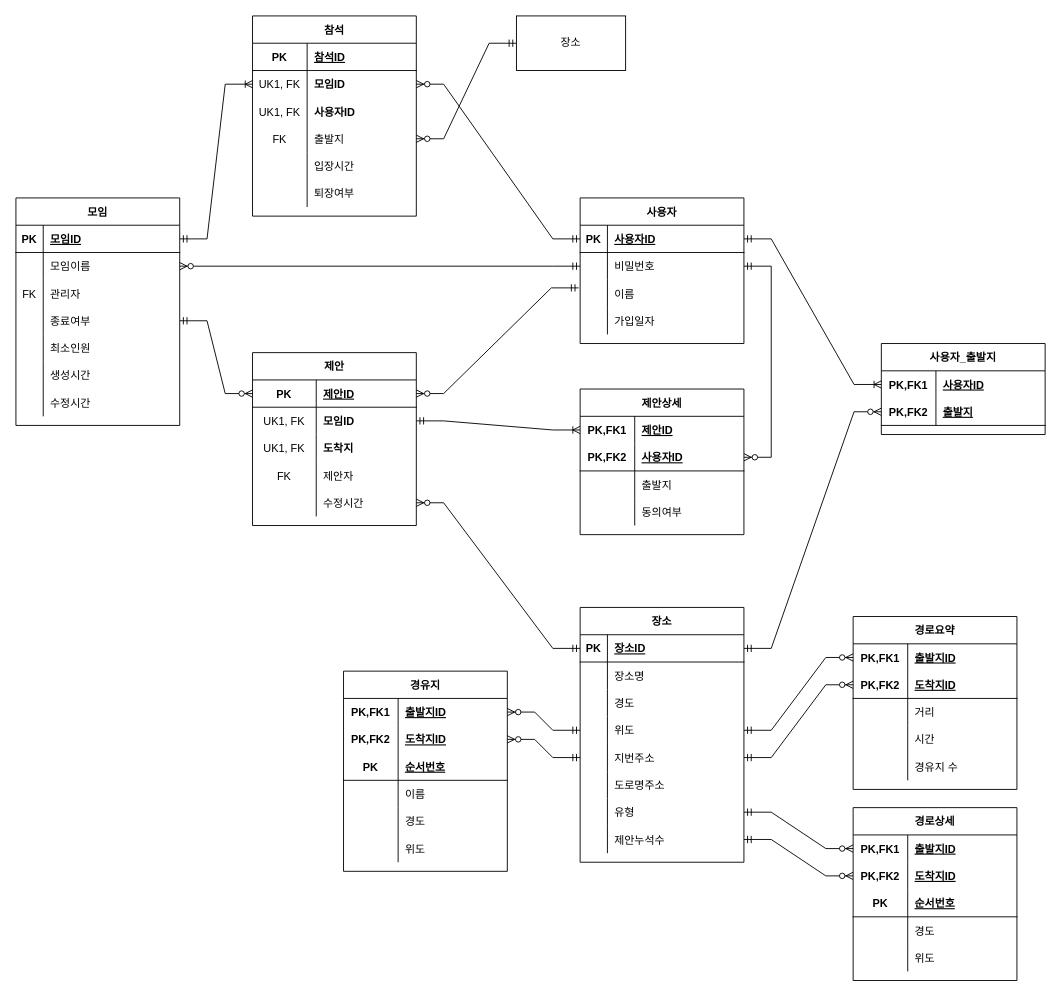
Earlier version of the draw.io diagram documents/ER-DIAGRAM.drawio (jsjg73/LMUN_Ver2.1). Source tidied: cells renumbered, new cells numbered last; positions are measured from the earlier drawing's top-left corner, leaving out a move shared by most shapes. Both pictures are drawn from the tidied source at 91%, with x=0, y=0 at pixel (15, 15).
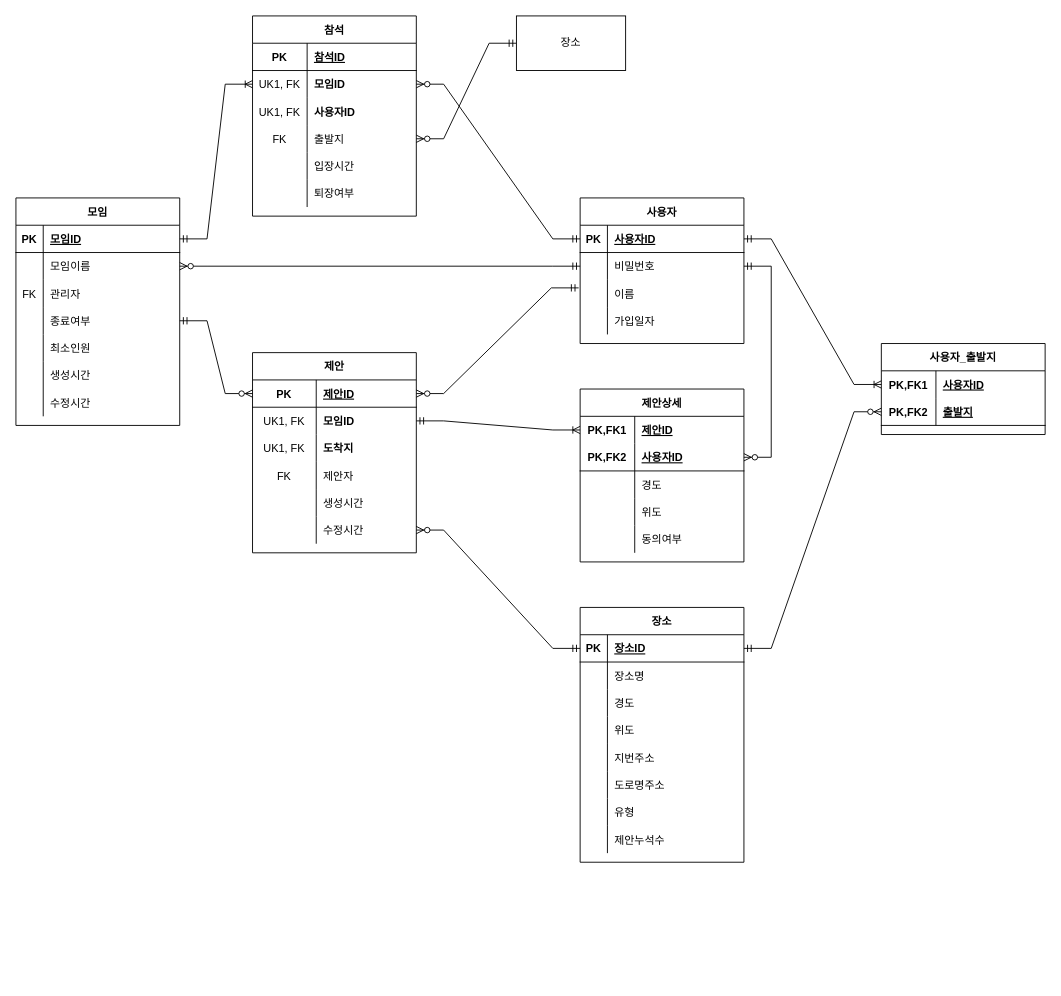
Above is the later version.

Commit message (it also covers changes not shown here):
수정: 제안 조회 db 간소화

kakao navi api에서 다중 길찾기 기능을 간편하게 사용할 수 있게 되면서
경로 배열을 서버에 저장할 필요가 줄었다.

The change refers to these unchanged cells:
```xml
<mxCell id="77" style="shape=partialRectangle;fillColor=none;top=0;left=0;bottom=0;right=0;points=[[0,0.5],[1,0.5]];portConstraint=eastwest;" parent="67" vertex="1">
  <mxGeometry y="120" width="180" height="30" as="geometry" />
</mxCell>
<mxCell id="80" style="shape=partialRectangle;fillColor=none;top=0;left=0;bottom=0;right=0;points=[[0,0.5],[1,0.5]];portConstraint=eastwest;" parent="67" vertex="1">
  <mxGeometry y="150" width="180" height="30" as="geometry" />
</mxCell>
<mxCell id="86" style="shape=partialRectangle;fillColor=none;top=0;left=0;bottom=0;right=0;points=[[0,0.5],[1,0.5]];portConstraint=eastwest;" parent="67" vertex="1">
  <mxGeometry y="210" width="180" height="30" as="geometry" />
</mxCell>
<mxCell id="89" style="shape=partialRectangle;fillColor=none;top=0;left=0;bottom=0;right=0;points=[[0,0.5],[1,0.5]];portConstraint=eastwest;" parent="67" vertex="1">
  <mxGeometry y="240" width="180" height="30" as="geometry" />
</mxCell>
<mxCell id="176" style="shape=partialRectangle;fillColor=none;top=0;left=0;bottom=0;right=0;" parent="169" vertex="1">
  <mxGeometry y="90" width="180" height="30" as="geometry" />
</mxCell>
```

Change to the diagram source:
```diff
@@
-    <mxCell id="92" value="경로요약" style="shape=table;startSize=30;childLayout=tableLayout;rowLines=0;fontStyle=1;align=center;" parent="1" vertex="1">
-      <mxGeometry x="920" y="660" width="180" height="190" as="geometry" />
-    </mxCell>
-    <mxCell id="93" style="shape=partialRectangle;fillColor=none;top=0;left=0;bottom=0;right=0;points=[[0,0.5],[1,0.5]];portConstraint=eastwest;" parent="92" vertex="1">
-      <mxGeometry y="30" width="180" height="30" as="geometry" />
-    </mxCell>
-    <mxCell id="94" value="PK,FK1" style="shape=partialRectangle;fillColor=none;top=0;left=0;bottom=0;right=0;fontStyle=1;overflow=hidden;" parent="93" vertex="1">
-      <mxGeometry width="60" height="30" as="geometry" />
-    </mxCell>
-    <mxCell id="95" value="출발지ID" style="shape=partialRectangle;fillColor=none;top=0;left=0;bottom=0;right=0;align=left;spacingLeft=6;fontStyle=5;overflow=hidden;" parent="93" vertex="1">
-      <mxGeometry x="60" width="120" height="30" as="geometry" />
-    </mxCell>
-    <mxCell id="96" style="shape=partialRectangle;fillColor=none;top=0;left=0;bottom=1;right=0;points=[[0,0.5],[1,0.5]];portConstraint=eastwest;" parent="92" vertex="1">
-      <mxGeometry y="60" width="180" height="30" as="geometry" />
-    </mxCell>
-    <mxCell id="97" value="PK,FK2" style="shape=partialRectangle;fillColor=none;top=0;left=0;bottom=0;right=0;fontStyle=1;overflow=hidden;" parent="96" vertex="1">
-      <mxGeometry width="60" height="30" as="geometry" />
-    </mxCell>
-    <mxCell id="98" value="도착지ID" style="shape=partialRectangle;fillColor=none;top=0;left=0;bottom=0;right=0;align=left;spacingLeft=6;fontStyle=5;overflow=hidden;" parent="96" vertex="1">
-      <mxGeometry x="60" width="120" height="30" as="geometry" />
-    </mxCell>
-    <mxCell id="99" style="shape=partialRectangle;fillColor=none;top=0;left=0;bottom=0;right=0;" parent="92" vertex="1">
-      <mxGeometry y="90" width="180" height="30" as="geometry" />
-    </mxCell>
-    <mxCell id="100" style="shape=partialRectangle;fillColor=none;top=0;left=0;bottom=0;right=0;overflow=hidden;" parent="99" vertex="1">
-      <mxGeometry width="60" height="30" as="geometry" />
-    </mxCell>
-    <mxCell id="101" value="거리" style="shape=partialRectangle;fillColor=none;top=0;left=0;bottom=0;right=0;align=left;spacingLeft=6;overflow=hidden;" parent="99" vertex="1">
-      <mxGeometry x="60" width="120" height="30" as="geometry" />
-    </mxCell>
-    <mxCell id="102" style="shape=partialRectangle;fillColor=none;top=0;left=0;bottom=0;right=0;" parent="92" vertex="1">
-      <mxGeometry y="120" width="180" height="30" as="geometry" />
-    </mxCell>
-    <mxCell id="103" style="shape=partialRectangle;fillColor=none;top=0;left=0;bottom=0;right=0;overflow=hidden;" parent="102" vertex="1">
-      <mxGeometry width="60" height="30" as="geometry" />
-    </mxCell>
-    <mxCell id="104" value="시간" style="shape=partialRectangle;fillColor=none;top=0;left=0;bottom=0;right=0;align=left;spacingLeft=6;overflow=hidden;" parent="102" vertex="1">
-      <mxGeometry x="60" width="120" height="30" as="geometry" />
-    </mxCell>
-    <mxCell id="105" style="shape=partialRectangle;fillColor=none;top=0;left=0;bottom=0;right=0;" parent="92" vertex="1">
-      <mxGeometry y="150" width="180" height="30" as="geometry" />
-    </mxCell>
-    <mxCell id="106" style="shape=partialRectangle;fillColor=none;top=0;left=0;bottom=0;right=0;overflow=hidden;" parent="105" vertex="1">
-      <mxGeometry width="60" height="30" as="geometry" />
-    </mxCell>
-    <mxCell id="107" value="경유지 수" style="shape=partialRectangle;fillColor=none;top=0;left=0;bottom=0;right=0;align=left;spacingLeft=6;overflow=hidden;" parent="105" vertex="1">
-      <mxGeometry x="60" width="120" height="30" as="geometry" />
-    </mxCell>
-    <mxCell id="108" value="경로상세" style="shape=table;startSize=30;childLayout=tableLayout;rowLines=0;fontStyle=1;align=center;" parent="1" vertex="1">
-      <mxGeometry x="920" y="870" width="180" height="190" as="geometry" />
-    </mxCell>
-    <mxCell id="109" style="shape=partialRectangle;fillColor=none;top=0;left=0;bottom=0;right=0;points=[[0,0.5],[1,0.5]];portConstraint=eastwest;" parent="108" vertex="1">
-      <mxGeometry y="30" width="180" height="30" as="geometry" />
-    </mxCell>
-    <mxCell id="110" value="PK,FK1" style="shape=partialRectangle;fillColor=none;top=0;left=0;bottom=0;right=0;fontStyle=1;overflow=hidden;" parent="109" vertex="1">
-      <mxGeometry width="60" height="30" as="geometry" />
-    </mxCell>
-    <mxCell id="111" value="출발지ID" style="shape=partialRectangle;fillColor=none;top=0;left=0;bottom=0;right=0;align=left;spacingLeft=6;fontStyle=5;overflow=hidden;" parent="109" vertex="1">
-      <mxGeometry x="60" width="120" height="30" as="geometry" />
-    </mxCell>
-    <mxCell id="112" style="shape=partialRectangle;fillColor=none;top=0;left=0;bottom=0;right=0;points=[[0,0.5],[1,0.5]];portConstraint=eastwest;" parent="108" vertex="1">
-      <mxGeometry y="60" width="180" height="30" as="geometry" />
-    </mxCell>
-    <mxCell id="113" value="PK,FK2" style="shape=partialRectangle;fillColor=none;top=0;left=0;bottom=0;right=0;fontStyle=1;overflow=hidden;" parent="112" vertex="1">
-      <mxGeometry width="60" height="30" as="geometry" />
-    </mxCell>
-    <mxCell id="114" value="도착지ID" style="shape=partialRectangle;fillColor=none;top=0;left=0;bottom=0;right=0;align=left;spacingLeft=6;fontStyle=5;overflow=hidden;" parent="112" vertex="1">
-      <mxGeometry x="60" width="120" height="30" as="geometry" />
-    </mxCell>
-    <mxCell id="115" style="shape=partialRectangle;fillColor=none;top=0;left=0;bottom=1;right=0;" parent="108" vertex="1">
-      <mxGeometry y="90" width="180" height="30" as="geometry" />
-    </mxCell>
-    <mxCell id="116" value="PK" style="shape=partialRectangle;fillColor=none;top=0;left=0;bottom=0;right=0;fontStyle=1;overflow=hidden;" parent="115" vertex="1">
-      <mxGeometry width="60" height="30" as="geometry" />
-    </mxCell>
-    <mxCell id="117" value="순서번호" style="shape=partialRectangle;fillColor=none;top=0;left=0;bottom=0;right=0;align=left;spacingLeft=6;fontStyle=5;overflow=hidden;" parent="115" vertex="1">
-      <mxGeometry x="60" width="120" height="30" as="geometry" />
-    </mxCell>
-    <mxCell id="118" style="shape=partialRectangle;fillColor=none;top=0;left=0;bottom=0;right=0;" parent="108" vertex="1">
-      <mxGeometry y="120" width="180" height="30" as="geometry" />
-    </mxCell>
-    <mxCell id="119" style="shape=partialRectangle;fillColor=none;top=0;left=0;bottom=0;right=0;overflow=hidden;" parent="118" vertex="1">
-      <mxGeometry width="60" height="30" as="geometry" />
-    </mxCell>
-    <mxCell id="120" value="경도" style="shape=partialRectangle;fillColor=none;top=0;left=0;bottom=0;right=0;align=left;spacingLeft=6;overflow=hidden;" parent="118" vertex="1">
-      <mxGeometry x="60" width="120" height="30" as="geometry" />
-    </mxCell>
-    <mxCell id="121" style="shape=partialRectangle;fillColor=none;top=0;left=0;bottom=0;right=0;" parent="108" vertex="1">
-      <mxGeometry y="150" width="180" height="30" as="geometry" />
-    </mxCell>
-    <mxCell id="122" style="shape=partialRectangle;fillColor=none;top=0;left=0;bottom=0;right=0;overflow=hidden;" parent="121" vertex="1">
-      <mxGeometry width="60" height="30" as="geometry" />
-    </mxCell>
-    <mxCell id="123" value="위도" style="shape=partialRectangle;fillColor=none;top=0;left=0;bottom=0;right=0;align=left;spacingLeft=6;overflow=hidden;" parent="121" vertex="1">
-      <mxGeometry x="60" width="120" height="30" as="geometry" />
-    </mxCell>
-    <mxCell id="124" value="경유지" style="shape=table;startSize=30;childLayout=tableLayout;rowLines=0;fontStyle=1;align=center;" parent="1" vertex="1">
-      <mxGeometry x="360" y="720" width="180" height="220" as="geometry" />
-    </mxCell>
-    <mxCell id="125" style="shape=partialRectangle;fillColor=none;top=0;left=0;bottom=0;right=0;points=[[0,0.5],[1,0.5]];portConstraint=eastwest;" parent="124" vertex="1">
-      <mxGeometry y="30" width="180" height="30" as="geometry" />
-    </mxCell>
-    <mxCell id="126" value="PK,FK1" style="shape=partialRectangle;fillColor=none;top=0;left=0;bottom=0;right=0;fontStyle=1;overflow=hidden;" parent="125" vertex="1">
-      <mxGeometry width="60" height="30" as="geometry" />
-    </mxCell>
-    <mxCell id="127" value="출발지ID" style="shape=partialRectangle;fillColor=none;top=0;left=0;bottom=0;right=0;align=left;spacingLeft=6;fontStyle=5;overflow=hidden;" parent="125" vertex="1">
-      <mxGeometry x="60" width="120" height="30" as="geometry" />
-    </mxCell>
-    <mxCell id="128" style="shape=partialRectangle;fillColor=none;top=0;left=0;bottom=0;right=0;points=[[0,0.5],[1,0.5]];portConstraint=eastwest;" parent="124" vertex="1">
-      <mxGeometry y="60" width="180" height="30" as="geometry" />
-    </mxCell>
-    <mxCell id="129" value="PK,FK2" style="shape=partialRectangle;fillColor=none;top=0;left=0;bottom=0;right=0;fontStyle=1;overflow=hidden;" parent="128" vertex="1">
-      <mxGeometry width="60" height="30" as="geometry" />
-    </mxCell>
-    <mxCell id="130" value="도착지ID" style="shape=partialRectangle;fillColor=none;top=0;left=0;bottom=0;right=0;align=left;spacingLeft=6;fontStyle=5;overflow=hidden;" parent="128" vertex="1">
-      <mxGeometry x="60" width="120" height="30" as="geometry" />
-    </mxCell>
-    <mxCell id="131" style="shape=partialRectangle;fillColor=none;top=0;left=0;bottom=1;right=0;" parent="124" vertex="1">
-      <mxGeometry y="90" width="180" height="30" as="geometry" />
-    </mxCell>
-    <mxCell id="132" value="PK" style="shape=partialRectangle;fillColor=none;top=0;left=0;bottom=0;right=0;fontStyle=1;overflow=hidden;" parent="131" vertex="1">
-      <mxGeometry width="60" height="30" as="geometry" />
-    </mxCell>
-    <mxCell id="133" value="순서번호" style="shape=partialRectangle;fillColor=none;top=0;left=0;bottom=0;right=0;align=left;spacingLeft=6;fontStyle=5;overflow=hidden;" parent="131" vertex="1">
-      <mxGeometry x="60" width="120" height="30" as="geometry" />
-    </mxCell>
-    <mxCell id="134" style="shape=partialRectangle;fillColor=none;top=0;left=0;bottom=0;right=0;" parent="124" vertex="1">
-      <mxGeometry y="120" width="180" height="30" as="geometry" />
-    </mxCell>
-    <mxCell id="135" style="shape=partialRectangle;fillColor=none;top=0;left=0;bottom=0;right=0;overflow=hidden;" parent="134" vertex="1">
-      <mxGeometry width="60" height="30" as="geometry" />
-    </mxCell>
-    <mxCell id="136" value="이름" style="shape=partialRectangle;fillColor=none;top=0;left=0;bottom=0;right=0;align=left;spacingLeft=6;overflow=hidden;" parent="134" vertex="1">
-      <mxGeometry x="60" width="120" height="30" as="geometry" />
-    </mxCell>
-    <mxCell id="137" style="shape=partialRectangle;fillColor=none;top=0;left=0;bottom=0;right=0;" parent="124" vertex="1">
-      <mxGeometry y="150" width="180" height="30" as="geometry" />
-    </mxCell>
-    <mxCell id="138" style="shape=partialRectangle;fillColor=none;top=0;left=0;bottom=0;right=0;overflow=hidden;" parent="137" vertex="1">
-      <mxGeometry width="60" height="30" as="geometry" />
-    </mxCell>
-    <mxCell id="139" value="경도" style="shape=partialRectangle;fillColor=none;top=0;left=0;bottom=0;right=0;align=left;spacingLeft=6;overflow=hidden;" parent="137" vertex="1">
-      <mxGeometry x="60" width="120" height="30" as="geometry" />
-    </mxCell>
-    <mxCell id="140" style="shape=partialRectangle;fillColor=none;top=0;left=0;bottom=0;right=0;" parent="124" vertex="1">
-      <mxGeometry y="180" width="180" height="30" as="geometry" />
-    </mxCell>
-    <mxCell id="141" style="shape=partialRectangle;fillColor=none;top=0;left=0;bottom=0;right=0;overflow=hidden;" parent="140" vertex="1">
-      <mxGeometry width="60" height="30" as="geometry" />
-    </mxCell>
-    <mxCell id="142" value="위도" style="shape=partialRectangle;fillColor=none;top=0;left=0;bottom=0;right=0;align=left;spacingLeft=6;overflow=hidden;" parent="140" vertex="1">
-      <mxGeometry x="60" width="120" height="30" as="geometry" />
-    </mxCell>
@@
-    <mxCell id="144" style="edgeStyle=entityRelationEdgeStyle;fontSize=12;html=1;endArrow=ERzeroToMany;startArrow=ERmandOne;rounded=0;entryX=0;entryY=0.5;entryDx=0;entryDy=0;exitX=1;exitY=0.5;exitDx=0;exitDy=0;" parent="1" edge="1" source="77" target="93">
-      <mxGeometry relative="1" as="geometry" />
-    </mxCell>
-    <mxCell id="145" style="edgeStyle=entityRelationEdgeStyle;fontSize=12;html=1;endArrow=ERzeroToMany;startArrow=ERmandOne;rounded=0;exitX=1;exitY=0.5;exitDx=0;exitDy=0;entryX=0;entryY=0.5;entryDx=0;entryDy=0;" parent="1" edge="1" source="80" target="96">
-      <mxGeometry relative="1" as="geometry" />
-    </mxCell>
-    <mxCell id="146" style="edgeStyle=entityRelationEdgeStyle;fontSize=12;html=1;endArrow=ERzeroToMany;startArrow=ERmandOne;rounded=0;exitX=0;exitY=0.5;exitDx=0;exitDy=0;entryX=1;entryY=0.5;entryDx=0;entryDy=0;" parent="1" edge="1" source="80" target="128">
-      <mxGeometry relative="1" as="geometry" />
-    </mxCell>
-    <mxCell id="147" style="edgeStyle=entityRelationEdgeStyle;fontSize=12;html=1;endArrow=ERzeroToMany;startArrow=ERmandOne;rounded=0;exitX=0;exitY=0.5;exitDx=0;exitDy=0;entryX=1;entryY=0.5;entryDx=0;entryDy=0;" parent="1" edge="1" source="77" target="125">
-      <mxGeometry relative="1" as="geometry" />
-    </mxCell>
-    <mxCell id="148" style="edgeStyle=entityRelationEdgeStyle;fontSize=12;html=1;endArrow=ERzeroToMany;startArrow=ERmandOne;rounded=0;exitX=1;exitY=0.5;exitDx=0;exitDy=0;" parent="1" edge="1" source="86" target="109">
-      <mxGeometry relative="1" as="geometry" />
-    </mxCell>
-    <mxCell id="149" style="edgeStyle=entityRelationEdgeStyle;fontSize=12;html=1;endArrow=ERzeroToMany;startArrow=ERmandOne;rounded=0;exitX=1;exitY=0.5;exitDx=0;exitDy=0;entryX=0;entryY=0.5;entryDx=0;entryDy=0;" parent="1" edge="1" source="89" target="112">
-      <mxGeometry relative="1" as="geometry" />
-    </mxCell>
     <mxCell id="150" value="제안" style="shape=table;startSize=30;childLayout=tableLayout;rowLines=0;fontStyle=1;align=center;" parent="1" vertex="1">
-      <mxGeometry x="260" y="370" width="180" height="190" as="geometry" />
+      <mxGeometry x="260" y="370" width="180" height="220" as="geometry" />
     </mxCell>
@@
+    <mxCell id="186" style="shape=partialRectangle;fillColor=none;top=0;left=0;bottom=0;right=0;" parent="150" vertex="1">
+      <mxGeometry y="150" width="180" height="30" as="geometry" />
+    </mxCell>
+    <mxCell id="187" style="shape=partialRectangle;fillColor=none;top=0;left=0;bottom=0;right=0;overflow=hidden;" parent="186" vertex="1">
+      <mxGeometry width="70" height="30" as="geometry" />
+    </mxCell>
+    <mxCell id="188" value="생성시간" style="shape=partialRectangle;fillColor=none;top=0;left=0;bottom=0;right=0;align=left;spacingLeft=6;overflow=hidden;" parent="186" vertex="1">
+      <mxGeometry x="70" width="110" height="30" as="geometry" />
+    </mxCell>
     <mxCell id="163" style="shape=partialRectangle;fillColor=none;top=0;left=0;bottom=0;right=0;points=[[0,0.5],[1,0.5]];portConstraint=eastwest;" parent="150" vertex="1">
-      <mxGeometry y="150" width="180" height="30" as="geometry" />
+      <mxGeometry y="180" width="180" height="30" as="geometry" />
     </mxCell>
@@
     <mxCell id="169" value="제안상세" style="shape=table;startSize=30;childLayout=tableLayout;rowLines=0;fontStyle=1;align=center;" parent="1" vertex="1">
-      <mxGeometry x="620" y="410" width="180" height="160" as="geometry" />
+      <mxGeometry x="620" y="410" width="180" height="190" as="geometry" />
     </mxCell>
@@
-    <mxCell id="178" value="출발지" style="shape=partialRectangle;fillColor=none;top=0;left=0;bottom=0;right=0;align=left;spacingLeft=6;overflow=hidden;" parent="176" vertex="1">
+    <mxCell id="178" value="경도" style="shape=partialRectangle;fillColor=none;top=0;left=0;bottom=0;right=0;align=left;spacingLeft=6;overflow=hidden;" parent="176" vertex="1">
       <mxGeometry x="60" width="120" height="30" as="geometry" />
     </mxCell>
+    <mxCell id="189" style="shape=partialRectangle;fillColor=none;top=0;left=0;bottom=0;right=0;" parent="169" vertex="1">
+      <mxGeometry y="120" width="180" height="30" as="geometry" />
+    </mxCell>
+    <mxCell id="190" style="shape=partialRectangle;fillColor=none;top=0;left=0;bottom=0;right=0;overflow=hidden;" parent="189" vertex="1">
+      <mxGeometry width="60" height="30" as="geometry" />
+    </mxCell>
+    <mxCell id="191" value="위도" style="shape=partialRectangle;fillColor=none;top=0;left=0;bottom=0;right=0;align=left;spacingLeft=6;overflow=hidden;" parent="189" vertex="1">
+      <mxGeometry x="60" width="120" height="30" as="geometry" />
+    </mxCell>
     <mxCell id="179" style="shape=partialRectangle;fillColor=none;top=0;left=0;bottom=0;right=0;" parent="169" vertex="1">
-      <mxGeometry y="120" width="180" height="30" as="geometry" />
+      <mxGeometry y="150" width="180" height="30" as="geometry" />
     </mxCell>
```
